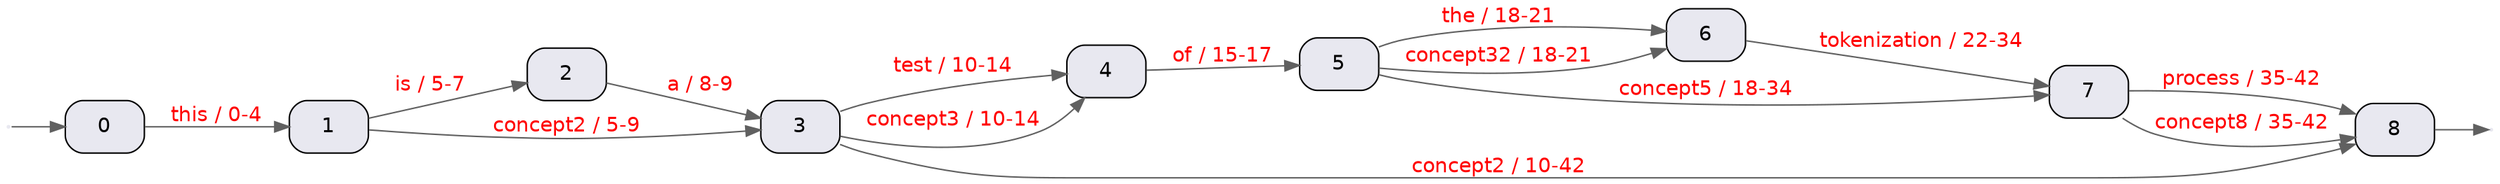
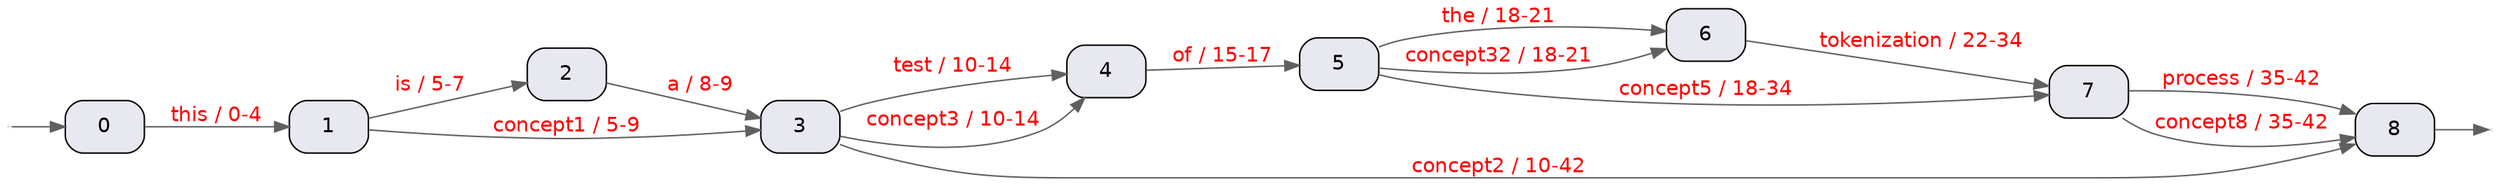
digraph tokens {
  graph [ fontsize=30 labelloc="t" label="" splines=true overlap=false rankdir = "LR" ];
  // A2 paper size
  size = "34.4,16.5";
  edge [ fontname="Helvetica" fontcolor="red" color="#606060" ]
  node [ style="filled" fillcolor="#e8e8f0" shape="Mrecord" fontname="Helvetica" ]

  0 [label="0"]
  -1 [shape=point color=white]
  -1 -> 0 []
  0 -> 1 [ label="this / 0-4"]
  1 [label="1"]
  1 -> 2 [ label="is / 5-7"]
-   1 -> 3 [ label="concept2 / 5-9"]
+   1 -> 3 [ label="concept1 / 5-9"]
  2 [label="2"]
  2 -> 3 [ label="a / 8-9"]
  3 [label="3"]
  3 -> 4 [ label="test / 10-14"]
  3 -> 4 [ label="concept3 / 10-14"]
  3 -> 8 [ label="concept2 / 10-42"]
  4 [label="4"]
  4 -> 5 [ label="of / 15-17"]
  5 [label="5"]
  5 -> 6 [ label="the / 18-21"]
  5 -> 6 [ label="concept32 / 18-21"]
  5 -> 7 [ label="concept5 / 18-34"]
  6 [label="6"]
  6 -> 7 [ label="tokenization / 22-34"]
  7 [label="7"]
  7 -> 8 [ label="process / 35-42"]
  7 -> 8 [ label="concept8 / 35-42"]
  -2 [shape=point color=white]
  8 -> -2 []
}
